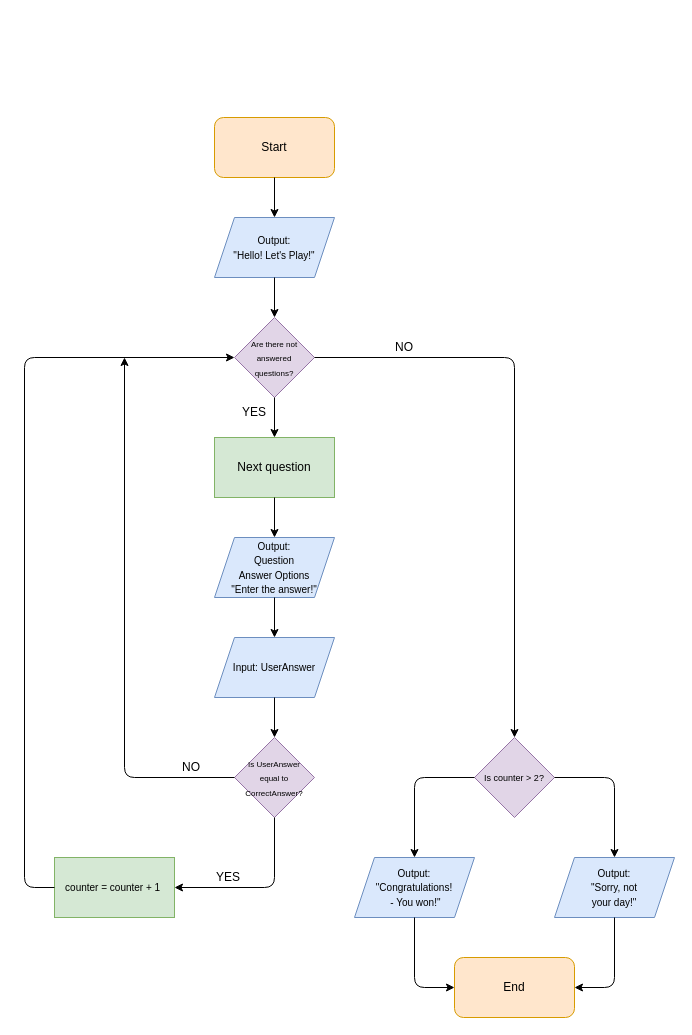
The draw.io diagram src/Quest/Quest.drawio in ALF935/HomeWork, before the edit. Source tidied: cells renumbered, new cells numbered last; positions are measured from the earlier drawing's top-left corner, leaving out a move shared by most shapes. Both pictures are drawn from the tidied source at 100%, with x=0, y=0 at pixel (24, 117).
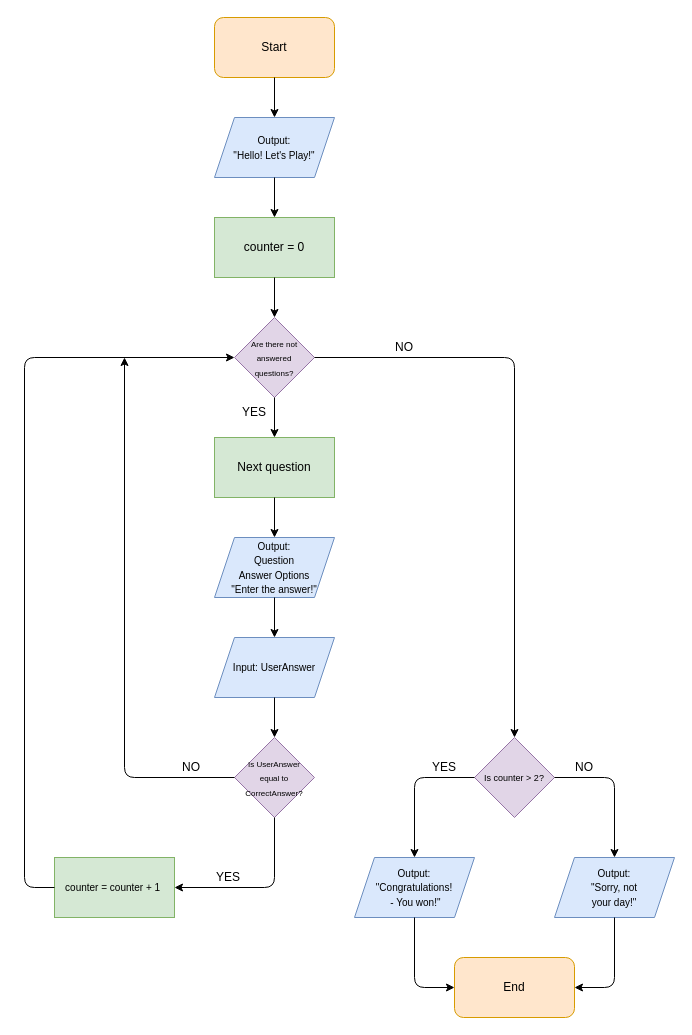
After the change.

Unchanged cells that the change refers to:
```xml
<mxCell id="9" value="&lt;font style=&quot;font-size: 8px&quot;&gt;Are there not answered &lt;br&gt;questions?&lt;/font&gt;" style="rhombus;whiteSpace=wrap;html=1;fillColor=#e1d5e7;strokeColor=#9673a6;" parent="1" vertex="1">
  <mxGeometry x="210" y="200" width="80" height="80" as="geometry" />
</mxCell>
```

The edit, as a diff of the source:
```diff
@@
     <mxCell id="2" value="Start" style="rounded=1;whiteSpace=wrap;html=1;fillColor=#ffe6cc;strokeColor=#d79b00;" parent="1" vertex="1">
-      <mxGeometry x="190" width="120" height="60" as="geometry" />
+      <mxGeometry x="190" y="-100" width="120" height="60" as="geometry" />
     </mxCell>
     <mxCell id="3" value="&lt;font style=&quot;font-size: 10px&quot;&gt;Output: &lt;br&gt;&quot;Hello! Let's Play!&quot;&lt;/font&gt;" style="shape=parallelogram;perimeter=parallelogramPerimeter;whiteSpace=wrap;html=1;fixedSize=1;fillColor=#dae8fc;strokeColor=#6c8ebf;" parent="1" vertex="1">
-      <mxGeometry x="190" y="100" width="120" height="60" as="geometry" />
+      <mxGeometry x="190" width="120" height="60" as="geometry" />
     </mxCell>
@@
-    <mxCell id="26" style="endArrow=classic;html=1;entryX=0.5;entryY=0;entryDx=0;entryDy=0;exitX=0.5;exitY=1;exitDx=0;exitDy=0;" parent="1" edge="1" source="3" target="9">
-      <mxGeometry relative="1" as="geometry" />
+    <mxCell id="26" style="endArrow=classic;html=1;exitX=0.5;exitY=1;exitDx=0;exitDy=0;" parent="1" edge="1" source="3">
+      <mxGeometry relative="1" as="geometry">
+        <mxPoint x="250" y="100" as="targetPoint" />
+      </mxGeometry>
     </mxCell>
@@
+    <mxCell id="32" value="NO" style="text;html=1;strokeColor=none;fillColor=none;align=center;verticalAlign=middle;whiteSpace=wrap;rounded=0;" parent="1" vertex="1">
+      <mxGeometry x="540" y="640" width="40" height="20" as="geometry" />
+    </mxCell>
+    <mxCell id="33" value="YES" style="text;html=1;strokeColor=none;fillColor=none;align=center;verticalAlign=middle;whiteSpace=wrap;rounded=0;" parent="1" vertex="1">
+      <mxGeometry x="400" y="640" width="40" height="20" as="geometry" />
+    </mxCell>
+    <mxCell id="34" value="counter = 0" style="rounded=0;whiteSpace=wrap;html=1;fillColor=#d5e8d4;strokeColor=#82b366;" parent="1" vertex="1">
+      <mxGeometry x="190" y="100" width="120" height="60" as="geometry" />
+    </mxCell>
+    <mxCell id="35" style="endArrow=classic;html=1;exitX=0.5;exitY=1;exitDx=0;exitDy=0;" parent="1" edge="1" source="34">
+      <mxGeometry relative="1" as="geometry">
+        <mxPoint x="250" y="200" as="targetPoint" />
+      </mxGeometry>
+    </mxCell>
```
